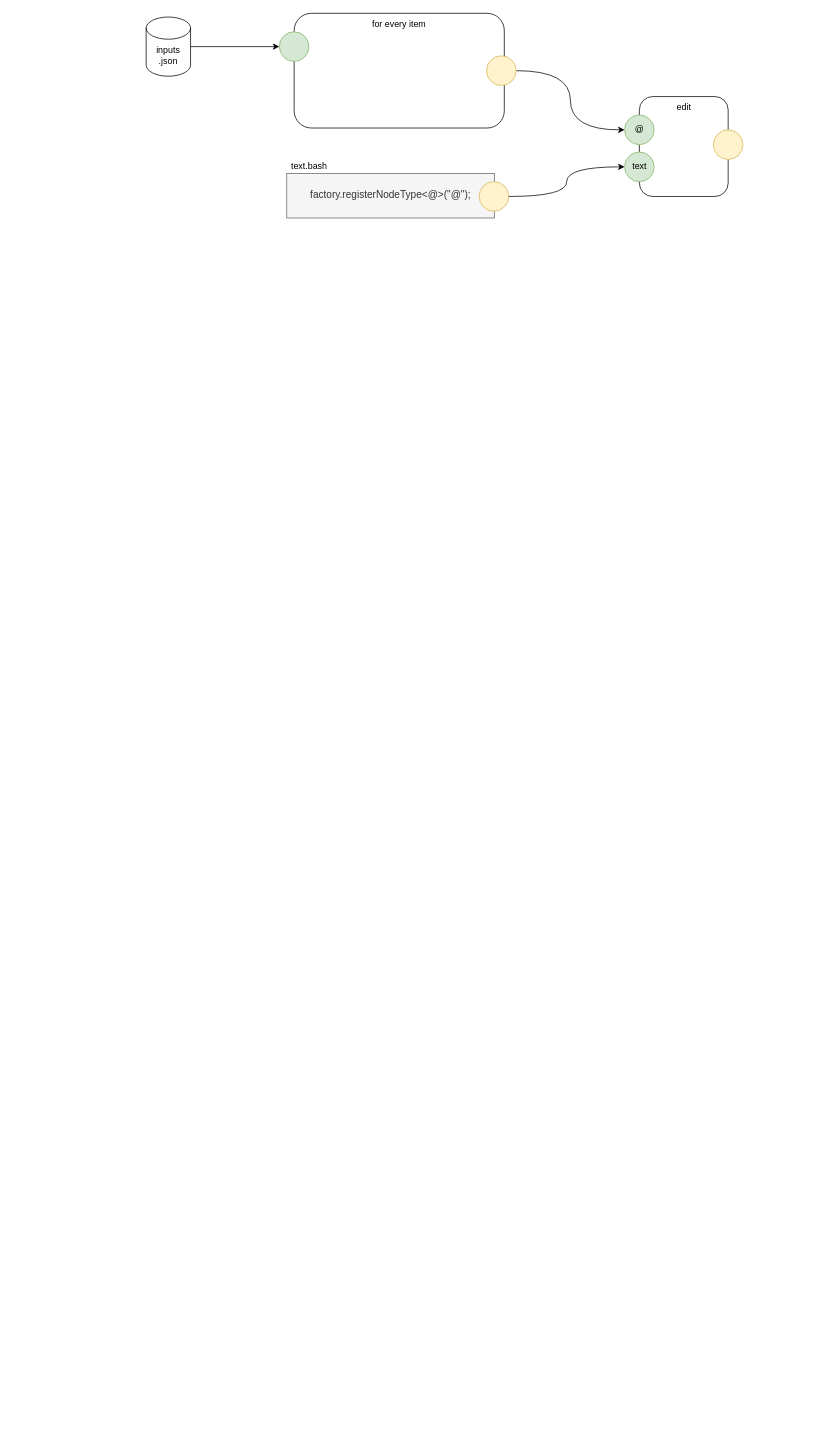
guitarvydas/behavior_tree_to_cpp keeps this draw.io diagram as play/inputs.drawio. Above is the earlier version. Source tidied: cells renumbered, new cells numbered last; positions are measured from the earlier drawing's top-left corner, leaving out a move shared by most shapes. Both pictures are drawn from the tidied source at 74%, with x=0, y=0 at pixel (146, 13).
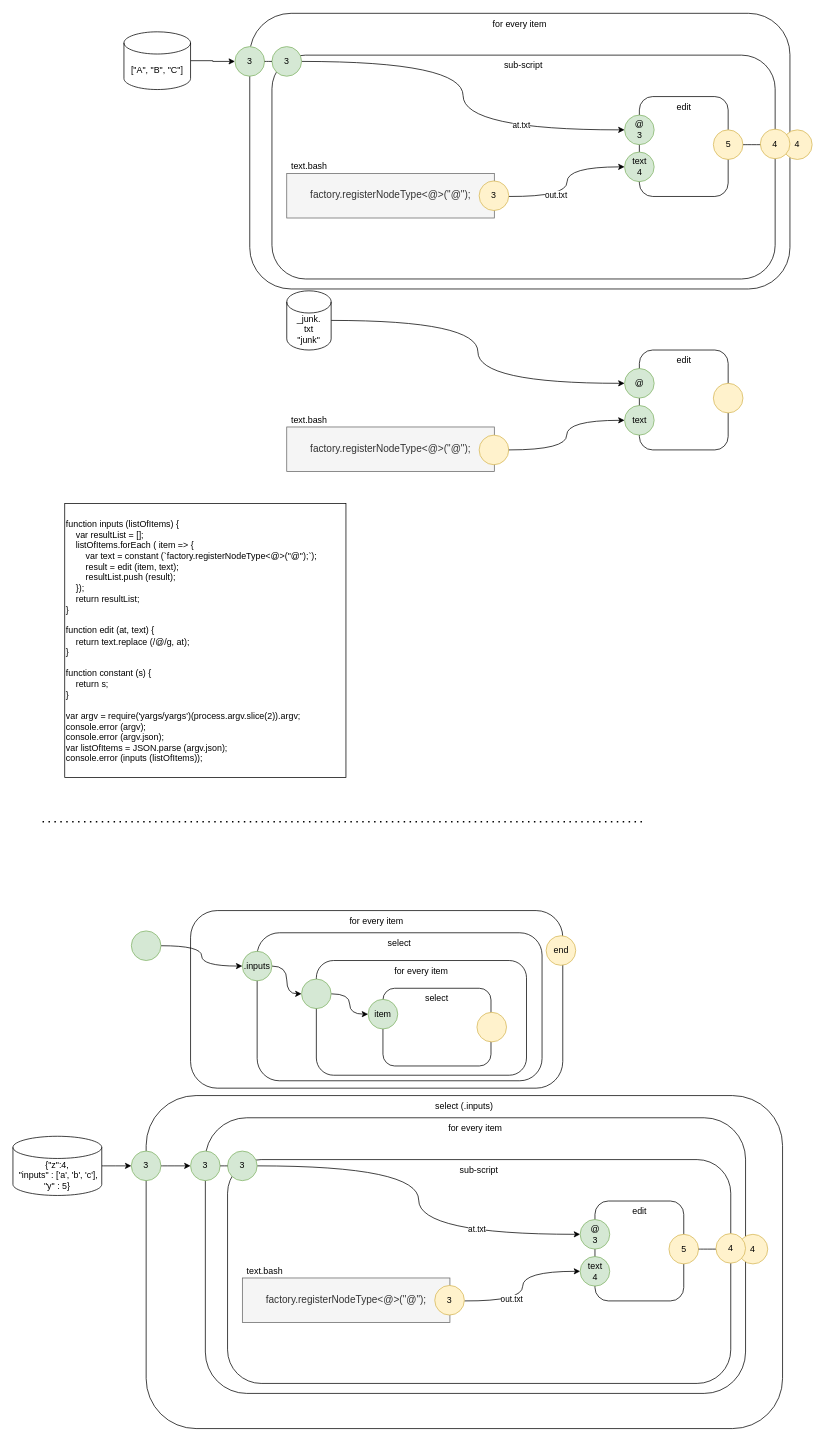
Above is the later version.

The change refers to these unchanged cells:
```xml
<mxCell id="11" style="group;" parent="1" vertex="1">
  <mxGeometry x="646.5" y="112" width="160" height="135" as="geometry" />
</mxCell>
```

Diff of the diagram source:
```diff
@@
+    <mxCell id="18" value="select (.inputs)" style="rounded=1;whiteSpace=wrap;html=1;verticalAlign=top;" parent="1" vertex="1">
+      <mxGeometry y="1462" width="860" height="450" as="geometry" />
+    </mxCell>
     <mxCell id="2" value="for every item" style="rounded=1;whiteSpace=wrap;html=1;strokeColor=#000000;align=center;verticalAlign=top;" parent="1" vertex="1">
-      <mxGeometry x="200" y="-0.5" width="284" height="155" as="geometry" />
+      <mxGeometry x="140" y="-0.5" width="730" height="372.5" as="geometry" />
     </mxCell>
+    <mxCell id="19" value="sub-script" style="rounded=1;whiteSpace=wrap;html=1;strokeColor=#000000;align=center;verticalAlign=top;" parent="1" vertex="1">
+      <mxGeometry x="170" y="56" width="680" height="302.5" as="geometry" />
+    </mxCell>
-    <mxCell id="3" style="ellipse;whiteSpace=wrap;html=1;strokeColor=#82b366;align=center;fillColor=#d5e8d4;" parent="1" vertex="1">
-      <mxGeometry x="180" y="24.5" width="40" height="40" as="geometry" />
+    <mxCell id="3" value="3" style="ellipse;whiteSpace=wrap;html=1;strokeColor=#82b366;align=center;fillColor=#d5e8d4;" parent="1" vertex="1">
+      <mxGeometry x="120" y="44.5" width="40" height="40" as="geometry" />
     </mxCell>
-    <mxCell id="4" style="edgeStyle=orthogonalEdgeStyle;jettySize=auto;html=1;exitX=1;exitY=0.5;exitDx=0;exitDy=0;entryX=0;entryY=0.5;entryDx=0;entryDy=0;curved=1;" parent="1" edge="1" source="5" target="13">
+    <mxCell id="4" style="edgeStyle=orthogonalEdgeStyle;jettySize=auto;html=1;exitX=1;exitY=0.5;exitDx=0;exitDy=0;entryX=0;entryY=0.5;entryDx=0;entryDy=0;curved=1;startArrow=none;" parent="1" edge="1" source="34" target="13">
       <mxGeometry relative="1" as="geometry" />
     </mxCell>
-    <mxCell id="5" style="ellipse;whiteSpace=wrap;html=1;strokeColor=#d6b656;align=center;fillColor=#fff2cc;" parent="1" vertex="1">
-      <mxGeometry x="460" y="57" width="40" height="40" as="geometry" />
-    </mxCell>
+    <mxCell id="20" value="at.txt" style="edgeLabel;html=1;align=center;verticalAlign=middle;" parent="4" vertex="1">
+      <mxGeometry x="0.47" y="7" relative="1" as="geometry" />
+    </mxCell>
@@
-    <mxCell id="7" value="inputs&lt;br&gt;.json" style="shape=cylinder3;whiteSpace=wrap;html=1;boundedLbl=1;backgroundOutline=1;size=15;" parent="1" vertex="1">
-      <mxGeometry y="4.5" width="60" height="80" as="geometry" />
+    <mxCell id="7" value="[&quot;A&quot;, &quot;B&quot;, &quot;C&quot;]" style="shape=cylinder3;whiteSpace=wrap;html=1;boundedLbl=1;backgroundOutline=1;size=15;" parent="1" vertex="1">
+      <mxGeometry x="-30" y="24.5" width="90" height="78" as="geometry" />
     </mxCell>
-    <mxCell id="8" style="group;" parent="1" vertex="1">
-      <mxGeometry x="170" y="216" width="320" height="60.1" as="geometry" />
-    </mxCell>
-    <mxCell id="9" value="&lt;div&gt;&lt;span style=&quot;font-size: 13.6px&quot;&gt;factory.registerNodeType&amp;lt;@&amp;gt;(&quot;@&quot;);&lt;/span&gt;&lt;/div&gt;" style="rounded=0;whiteSpace=wrap;html=1;align=center;verticalAlign=middle;fillColor=#f5f5f5;strokeColor=#666666;fontColor=#333333;" parent="8" vertex="1">
-      <mxGeometry x="20" width="280.5" height="60.1" as="geometry" />
-    </mxCell>
-    <mxCell id="10" style="ellipse;whiteSpace=wrap;html=1;strokeColor=#d6b656;align=center;fillColor=#fff2cc;" parent="8" vertex="1">
-      <mxGeometry x="280" y="11" width="40" height="40" as="geometry" />
-    </mxCell>
@@
-    <mxCell id="13" value="@" style="ellipse;whiteSpace=wrap;html=1;strokeColor=#82b366;align=center;fillColor=#d5e8d4;" parent="11" vertex="1">
+    <mxCell id="13" value="@&lt;br&gt;3" style="ellipse;whiteSpace=wrap;html=1;strokeColor=#82b366;align=center;fillColor=#d5e8d4;" parent="11" vertex="1">
       <mxGeometry y="25" width="40" height="40" as="geometry" />
     </mxCell>
-    <mxCell id="14" value="text" style="ellipse;whiteSpace=wrap;html=1;strokeColor=#82b366;align=center;fillColor=#d5e8d4;" parent="11" vertex="1">
+    <mxCell id="14" value="text&lt;br&gt;4" style="ellipse;whiteSpace=wrap;html=1;strokeColor=#82b366;align=center;fillColor=#d5e8d4;" parent="11" vertex="1">
       <mxGeometry y="75" width="40" height="40" as="geometry" />
     </mxCell>
-    <mxCell id="15" style="ellipse;whiteSpace=wrap;html=1;strokeColor=#d6b656;align=center;fillColor=#fff2cc;" parent="11" vertex="1">
+    <mxCell id="15" value="5" style="ellipse;whiteSpace=wrap;html=1;strokeColor=#d6b656;align=center;fillColor=#fff2cc;" parent="11" vertex="1">
       <mxGeometry x="120" y="45" width="40" height="40" as="geometry" />
     </mxCell>
-    <mxCell id="16" style="edgeStyle=orthogonalEdgeStyle;curved=1;jettySize=auto;html=1;exitX=1;exitY=0.5;exitDx=0;exitDy=0;entryX=0;entryY=0.5;entryDx=0;entryDy=0;" parent="1" edge="1" source="10" target="14">
-      <mxGeometry relative="1" as="geometry" />
+    <mxCell id="16" style="edgeStyle=orthogonalEdgeStyle;curved=1;jettySize=auto;html=1;exitX=1;exitY=0.5;exitDx=0;exitDy=0;entryX=0;entryY=0.5;entryDx=0;entryDy=0;" parent="1" edge="1" target="14">
+      <mxGeometry relative="1" as="geometry">
+        <mxPoint x="490" y="247" as="sourcePoint" />
+      </mxGeometry>
     </mxCell>
+    <mxCell id="21" value="out.txt" style="edgeLabel;html=1;align=center;verticalAlign=middle;" parent="16" vertex="1">
+      <mxGeometry x="-0.36" y="2" relative="1" as="geometry" />
+    </mxCell>
@@
+    <mxCell id="22" style="edgeStyle=orthogonalEdgeStyle;jettySize=auto;html=1;entryX=0;entryY=0.5;entryDx=0;entryDy=0;curved=1;" parent="1" edge="1" source="32" target="27">
+      <mxGeometry relative="1" as="geometry" />
+    </mxCell>
+    <mxCell id="23" style="group;" parent="1" vertex="1">
+      <mxGeometry x="170" y="558.5" width="320" height="60.1" as="geometry" />
+    </mxCell>
+    <mxCell id="24" value="&lt;div&gt;&lt;span style=&quot;font-size: 13.6px&quot;&gt;factory.registerNodeType&amp;lt;@&amp;gt;(&quot;@&quot;);&lt;/span&gt;&lt;/div&gt;" style="rounded=0;whiteSpace=wrap;html=1;align=center;verticalAlign=middle;fillColor=#f5f5f5;strokeColor=#666666;fontColor=#333333;" parent="23" vertex="1">
+      <mxGeometry x="20" width="280.5" height="60.1" as="geometry" />
+    </mxCell>
+    <mxCell id="10" style="ellipse;whiteSpace=wrap;html=1;strokeColor=#d6b656;align=center;fillColor=#fff2cc;" parent="23" vertex="1">
+      <mxGeometry x="280" y="11" width="40" height="40" as="geometry" />
+    </mxCell>
+    <mxCell id="25" style="group;" parent="1" vertex="1">
+      <mxGeometry x="646.5" y="454.5" width="160" height="135" as="geometry" />
+    </mxCell>
+    <mxCell id="26" value="edit" style="rounded=1;whiteSpace=wrap;html=1;strokeColor=#000000;align=center;verticalAlign=top;" parent="25" vertex="1">
+      <mxGeometry x="20" width="120" height="135" as="geometry" />
+    </mxCell>
+    <mxCell id="27" value="@" style="ellipse;whiteSpace=wrap;html=1;strokeColor=#82b366;align=center;fillColor=#d5e8d4;" parent="25" vertex="1">
+      <mxGeometry y="25" width="40" height="40" as="geometry" />
+    </mxCell>
+    <mxCell id="28" value="text" style="ellipse;whiteSpace=wrap;html=1;strokeColor=#82b366;align=center;fillColor=#d5e8d4;" parent="25" vertex="1">
+      <mxGeometry y="75" width="40" height="40" as="geometry" />
+    </mxCell>
+    <mxCell id="29" style="ellipse;whiteSpace=wrap;html=1;strokeColor=#d6b656;align=center;fillColor=#fff2cc;" parent="25" vertex="1">
+      <mxGeometry x="120" y="45" width="40" height="40" as="geometry" />
+    </mxCell>
+    <mxCell id="30" style="edgeStyle=orthogonalEdgeStyle;curved=1;jettySize=auto;html=1;exitX=1;exitY=0.5;exitDx=0;exitDy=0;entryX=0;entryY=0.5;entryDx=0;entryDy=0;" parent="1" edge="1" source="10" target="28">
+      <mxGeometry relative="1" as="geometry" />
+    </mxCell>
+    <mxCell id="31" value="text.bash" style="text;html=1;align=center;verticalAlign=middle;strokeColor=none;" parent="1" vertex="1">
+      <mxGeometry x="190" y="538.5" width="60" height="20" as="geometry" />
+    </mxCell>
+    <mxCell id="32" value="_junk.&lt;br&gt;txt&lt;br&gt;&quot;junk&quot;" style="shape=cylinder3;whiteSpace=wrap;html=1;boundedLbl=1;backgroundOutline=1;size=15;" parent="1" vertex="1">
+      <mxGeometry x="190" y="374.5" width="60" height="80" as="geometry" />
+    </mxCell>
+    <mxCell id="33" value="&lt;div&gt;&lt;div&gt;&lt;br&gt;&lt;/div&gt;&lt;div&gt;function inputs (listOfItems) {&lt;/div&gt;&lt;div&gt;&amp;nbsp; &amp;nbsp; var resultList = [];&lt;/div&gt;&lt;div&gt;&amp;nbsp; &amp;nbsp; listOfItems.forEach ( item =&amp;gt; {&lt;/div&gt;&lt;div&gt;&amp;nbsp; &amp;nbsp; &amp;nbsp; &amp;nbsp; var text = constant (`factory.registerNodeType&amp;lt;@&amp;gt;(&quot;@&quot;);`);&lt;/div&gt;&lt;div&gt;&amp;nbsp; &amp;nbsp; &amp;nbsp; &amp;nbsp; result = edit (item, text);&lt;/div&gt;&lt;div&gt;&amp;nbsp; &amp;nbsp; &amp;nbsp; &amp;nbsp; resultList.push (result);&lt;/div&gt;&lt;div&gt;&amp;nbsp; &amp;nbsp; });&lt;/div&gt;&lt;div&gt;&amp;nbsp; &amp;nbsp; return resultList;&lt;/div&gt;&lt;div&gt;}&lt;/div&gt;&lt;div&gt;&lt;br&gt;&lt;/div&gt;&lt;div&gt;function edit (at, text) {&lt;/div&gt;&lt;div&gt;&amp;nbsp; &amp;nbsp; return text.replace (/@/g, at);&lt;/div&gt;&lt;div&gt;}&lt;/div&gt;&lt;div&gt;&lt;br&gt;&lt;/div&gt;&lt;div&gt;function constant (s) {&lt;/div&gt;&lt;div&gt;&amp;nbsp; &amp;nbsp; return s;&lt;/div&gt;&lt;div&gt;}&lt;/div&gt;&lt;div&gt;&lt;br&gt;&lt;/div&gt;&lt;div&gt;var argv = require('yargs/yargs')(process.argv.slice(2)).argv;&lt;/div&gt;&lt;div&gt;console.error (argv);&lt;/div&gt;&lt;div&gt;console.error (argv.json);&lt;/div&gt;&lt;div&gt;var listOfItems = JSON.parse (argv.json);&lt;/div&gt;&lt;div&gt;console.error (inputs (listOfItems));&lt;/div&gt;&lt;/div&gt;&lt;div&gt;&lt;br&gt;&lt;/div&gt;" style="rounded=0;whiteSpace=wrap;html=1;align=left;verticalAlign=top;" parent="1" vertex="1">
+      <mxGeometry x="-110" y="662" width="380" height="370" as="geometry" />
+    </mxCell>
+    <mxCell id="34" value="3" style="ellipse;whiteSpace=wrap;html=1;strokeColor=#82b366;align=center;fillColor=#d5e8d4;" parent="1" vertex="1">
+      <mxGeometry x="170" y="44.5" width="40" height="40" as="geometry" />
+    </mxCell>
+    <mxCell id="35" style="edgeStyle=orthogonalEdgeStyle;jettySize=auto;html=1;exitX=1;exitY=0.5;exitDx=0;exitDy=0;entryX=0;entryY=0.5;entryDx=0;entryDy=0;curved=1;endArrow=none;" parent="1" edge="1" source="3" target="34">
+      <mxGeometry relative="1" as="geometry" />
+    </mxCell>
+    <mxCell id="36" value="4" style="ellipse;whiteSpace=wrap;html=1;strokeColor=#d6b656;align=center;fillColor=#fff2cc;" parent="1" vertex="1">
+      <mxGeometry x="860" y="157" width="40" height="40" as="geometry" />
+    </mxCell>
+    <mxCell id="37" style="edgeStyle=orthogonalEdgeStyle;curved=1;jettySize=auto;html=1;exitX=1;exitY=0.5;exitDx=0;exitDy=0;entryX=0;entryY=0.5;entryDx=0;entryDy=0;" parent="1" edge="1" source="15" target="36">
+      <mxGeometry relative="1" as="geometry" />
+    </mxCell>
+    <mxCell id="9" value="&lt;div&gt;&lt;span style=&quot;font-size: 13.6px&quot;&gt;factory.registerNodeType&amp;lt;@&amp;gt;(&quot;@&quot;);&lt;/span&gt;&lt;/div&gt;" style="rounded=0;whiteSpace=wrap;html=1;align=center;verticalAlign=middle;fillColor=#f5f5f5;strokeColor=#666666;fontColor=#333333;" parent="1" vertex="1">
+      <mxGeometry x="190" y="216" width="280.5" height="60.1" as="geometry" />
+    </mxCell>
+    <mxCell id="38" value="3" style="ellipse;whiteSpace=wrap;html=1;strokeColor=#d6b656;align=center;fillColor=#fff2cc;" parent="1" vertex="1">
+      <mxGeometry x="450" y="226" width="40" height="40" as="geometry" />
+    </mxCell>
+    <mxCell id="39" value="4" style="ellipse;whiteSpace=wrap;html=1;strokeColor=#d6b656;align=center;fillColor=#fff2cc;" parent="1" vertex="1">
+      <mxGeometry x="830" y="156" width="40" height="40" as="geometry" />
+    </mxCell>
+    <mxCell id="40" value="for every item" style="rounded=1;whiteSpace=wrap;html=1;strokeColor=#000000;align=center;verticalAlign=top;" parent="1" vertex="1">
+      <mxGeometry x="60" y="1212" width="503" height="240" as="geometry" />
+    </mxCell>
+    <mxCell id="41" value="select" style="rounded=1;whiteSpace=wrap;html=1;strokeColor=#000000;align=center;verticalAlign=top;" parent="1" vertex="1">
+      <mxGeometry x="150" y="1242" width="385" height="200" as="geometry" />
+    </mxCell>
+    <mxCell id="42" style="edgeStyle=orthogonalEdgeStyle;curved=1;jettySize=auto;html=1;exitX=1;exitY=0.5;exitDx=0;exitDy=0;entryX=0;entryY=0.5;entryDx=0;entryDy=0;" parent="1" edge="1" source="43" target="50">
+      <mxGeometry relative="1" as="geometry" />
+    </mxCell>
+    <mxCell id="43" value=".inputs" style="ellipse;whiteSpace=wrap;html=1;strokeColor=#82b366;align=center;fillColor=#d5e8d4;" parent="1" vertex="1">
+      <mxGeometry x="130" y="1267" width="40" height="40" as="geometry" />
+    </mxCell>
+    <mxCell id="44" style="edgeStyle=orthogonalEdgeStyle;jettySize=auto;html=1;exitX=1;exitY=0.5;exitDx=0;exitDy=0;entryX=0;entryY=0.5;entryDx=0;entryDy=0;curved=1;" parent="1" edge="1" source="45" target="43">
+      <mxGeometry relative="1" as="geometry" />
+    </mxCell>
+    <mxCell id="45" style="ellipse;whiteSpace=wrap;html=1;strokeColor=#82b366;align=center;fillColor=#d5e8d4;" parent="1" vertex="1">
+      <mxGeometry x="-20" y="1239.5" width="40" height="40" as="geometry" />
+    </mxCell>
+    <mxCell id="46" value="for every item" style="rounded=1;whiteSpace=wrap;html=1;strokeColor=#000000;align=center;verticalAlign=top;" parent="1" vertex="1">
+      <mxGeometry x="230" y="1279.5" width="284" height="155" as="geometry" />
+    </mxCell>
+    <mxCell id="47" value="select" style="rounded=1;whiteSpace=wrap;html=1;strokeColor=#000000;align=center;verticalAlign=top;" parent="1" vertex="1">
+      <mxGeometry x="320" y="1317" width="146" height="105" as="geometry" />
+    </mxCell>
+    <mxCell id="48" value="item" style="ellipse;whiteSpace=wrap;html=1;strokeColor=#82b366;align=center;fillColor=#d5e8d4;" parent="1" vertex="1">
+      <mxGeometry x="300" y="1332" width="40" height="40" as="geometry" />
+    </mxCell>
+    <mxCell id="49" style="edgeStyle=orthogonalEdgeStyle;curved=1;jettySize=auto;html=1;exitX=1;exitY=0.5;exitDx=0;exitDy=0;entryX=0;entryY=0.5;entryDx=0;entryDy=0;" parent="1" edge="1" source="50" target="48">
+      <mxGeometry relative="1" as="geometry" />
+    </mxCell>
+    <mxCell id="50" style="ellipse;whiteSpace=wrap;html=1;strokeColor=#82b366;align=center;fillColor=#d5e8d4;" parent="1" vertex="1">
+      <mxGeometry x="210" y="1304.5" width="40" height="40" as="geometry" />
+    </mxCell>
+    <mxCell id="51" style="ellipse;whiteSpace=wrap;html=1;strokeColor=#d6b656;align=center;fillColor=#fff2cc;" parent="1" vertex="1">
+      <mxGeometry x="447" y="1349.5" width="40" height="40" as="geometry" />
+    </mxCell>
+    <mxCell id="52" value="end" style="ellipse;whiteSpace=wrap;html=1;strokeColor=#d6b656;align=center;fillColor=#fff2cc;" parent="1" vertex="1">
+      <mxGeometry x="540.5" y="1246" width="40" height="40" as="geometry" />
+    </mxCell>
+    <mxCell id="53" style="endArrow=none;dashed=1;html=1;dashPattern=1 3;strokeWidth=2;" parent="1" edge="1">
+      <mxGeometry relative="1" as="geometry">
+        <mxPoint x="-140" y="1092" as="sourcePoint" />
+        <mxPoint x="670" y="1092" as="targetPoint" />
+      </mxGeometry>
+    </mxCell>
+    <mxCell id="54" value="for every item" style="rounded=1;whiteSpace=wrap;html=1;strokeColor=#000000;align=center;verticalAlign=top;" parent="1" vertex="1">
+      <mxGeometry x="80" y="1492" width="730" height="372.5" as="geometry" />
+    </mxCell>
+    <mxCell id="55" value="sub-script" style="rounded=1;whiteSpace=wrap;html=1;strokeColor=#000000;align=center;verticalAlign=top;" parent="1" vertex="1">
+      <mxGeometry x="110" y="1548.5" width="680" height="302.5" as="geometry" />
+    </mxCell>
+    <mxCell id="56" value="3" style="ellipse;whiteSpace=wrap;html=1;strokeColor=#82b366;align=center;fillColor=#d5e8d4;" parent="1" vertex="1">
+      <mxGeometry x="60" y="1537" width="40" height="40" as="geometry" />
+    </mxCell>
+    <mxCell id="57" style="edgeStyle=orthogonalEdgeStyle;jettySize=auto;html=1;exitX=1;exitY=0.5;exitDx=0;exitDy=0;entryX=0;entryY=0.5;entryDx=0;entryDy=0;curved=1;startArrow=none;" parent="1" edge="1" source="67" target="61">
+      <mxGeometry relative="1" as="geometry" />
+    </mxCell>
+    <mxCell id="58" value="at.txt" style="edgeLabel;html=1;align=center;verticalAlign=middle;" parent="57" vertex="1">
+      <mxGeometry x="0.47" y="7" relative="1" as="geometry" />
+    </mxCell>
+    <mxCell id="59" style="group;" parent="1" vertex="1">
+      <mxGeometry x="586.5" y="1604.5" width="160" height="135" as="geometry" />
+    </mxCell>
+    <mxCell id="60" value="edit" style="rounded=1;whiteSpace=wrap;html=1;strokeColor=#000000;align=center;verticalAlign=top;" parent="59" vertex="1">
+      <mxGeometry x="20" width="120" height="135" as="geometry" />
+    </mxCell>
+    <mxCell id="61" value="@&lt;br&gt;3" style="ellipse;whiteSpace=wrap;html=1;strokeColor=#82b366;align=center;fillColor=#d5e8d4;" parent="59" vertex="1">
+      <mxGeometry y="25" width="40" height="40" as="geometry" />
+    </mxCell>
+    <mxCell id="62" value="text&lt;br&gt;4" style="ellipse;whiteSpace=wrap;html=1;strokeColor=#82b366;align=center;fillColor=#d5e8d4;" parent="59" vertex="1">
+      <mxGeometry y="75" width="40" height="40" as="geometry" />
+    </mxCell>
+    <mxCell id="63" value="5" style="ellipse;whiteSpace=wrap;html=1;strokeColor=#d6b656;align=center;fillColor=#fff2cc;" parent="59" vertex="1">
+      <mxGeometry x="120" y="45" width="40" height="40" as="geometry" />
+    </mxCell>
+    <mxCell id="64" style="edgeStyle=orthogonalEdgeStyle;curved=1;jettySize=auto;html=1;exitX=1;exitY=0.5;exitDx=0;exitDy=0;entryX=0;entryY=0.5;entryDx=0;entryDy=0;" parent="1" edge="1" target="62">
+      <mxGeometry relative="1" as="geometry">
+        <mxPoint x="430" y="1739.5" as="sourcePoint" />
+      </mxGeometry>
+    </mxCell>
+    <mxCell id="65" value="out.txt" style="edgeLabel;html=1;align=center;verticalAlign=middle;" parent="64" vertex="1">
+      <mxGeometry x="-0.36" y="2" relative="1" as="geometry" />
+    </mxCell>
+    <mxCell id="66" value="text.bash" style="text;html=1;align=center;verticalAlign=middle;strokeColor=none;" parent="1" vertex="1">
+      <mxGeometry x="130" y="1688.5" width="60" height="20" as="geometry" />
+    </mxCell>
+    <mxCell id="67" value="3" style="ellipse;whiteSpace=wrap;html=1;strokeColor=#82b366;align=center;fillColor=#d5e8d4;" parent="1" vertex="1">
+      <mxGeometry x="110" y="1537" width="40" height="40" as="geometry" />
+    </mxCell>
+    <mxCell id="68" style="edgeStyle=orthogonalEdgeStyle;jettySize=auto;html=1;exitX=1;exitY=0.5;exitDx=0;exitDy=0;entryX=0;entryY=0.5;entryDx=0;entryDy=0;curved=1;endArrow=none;" parent="1" edge="1" source="56" target="67">
+      <mxGeometry relative="1" as="geometry" />
+    </mxCell>
+    <mxCell id="69" value="4" style="ellipse;whiteSpace=wrap;html=1;strokeColor=#d6b656;align=center;fillColor=#fff2cc;" parent="1" vertex="1">
+      <mxGeometry x="800" y="1649.5" width="40" height="40" as="geometry" />
+    </mxCell>
+    <mxCell id="70" style="edgeStyle=orthogonalEdgeStyle;curved=1;jettySize=auto;html=1;exitX=1;exitY=0.5;exitDx=0;exitDy=0;entryX=0;entryY=0.5;entryDx=0;entryDy=0;" parent="1" edge="1" source="63" target="69">
+      <mxGeometry relative="1" as="geometry" />
+    </mxCell>
+    <mxCell id="71" value="&lt;div&gt;&lt;span style=&quot;font-size: 13.6px&quot;&gt;factory.registerNodeType&amp;lt;@&amp;gt;(&quot;@&quot;);&lt;/span&gt;&lt;/div&gt;" style="rounded=0;whiteSpace=wrap;html=1;align=center;verticalAlign=middle;fillColor=#f5f5f5;strokeColor=#666666;fontColor=#333333;" parent="1" vertex="1">
+      <mxGeometry x="130" y="1708.5" width="280.5" height="60.1" as="geometry" />
+    </mxCell>
+    <mxCell id="72" value="3" style="ellipse;whiteSpace=wrap;html=1;strokeColor=#d6b656;align=center;fillColor=#fff2cc;" parent="1" vertex="1">
+      <mxGeometry x="390" y="1718.6" width="40" height="40" as="geometry" />
+    </mxCell>
+    <mxCell id="73" value="4" style="ellipse;whiteSpace=wrap;html=1;strokeColor=#d6b656;align=center;fillColor=#fff2cc;" parent="1" vertex="1">
+      <mxGeometry x="770" y="1648.5" width="40" height="40" as="geometry" />
+    </mxCell>
+    <mxCell id="74" style="edgeStyle=orthogonalEdgeStyle;curved=1;jettySize=auto;html=1;exitX=1;exitY=0.5;exitDx=0;exitDy=0;entryX=0;entryY=0.5;entryDx=0;entryDy=0;" parent="1" edge="1" source="75" target="56">
+      <mxGeometry relative="1" as="geometry" />
+    </mxCell>
+    <mxCell id="75" value="3" style="ellipse;whiteSpace=wrap;html=1;strokeColor=#82b366;align=center;fillColor=#d5e8d4;" parent="1" vertex="1">
+      <mxGeometry x="-20" y="1537" width="40" height="40" as="geometry" />
+    </mxCell>
+    <mxCell id="76" style="edgeStyle=orthogonalEdgeStyle;curved=1;jettySize=auto;html=1;entryX=0;entryY=0.5;entryDx=0;entryDy=0;" parent="1" edge="1" source="77" target="75">
+      <mxGeometry relative="1" as="geometry" />
+    </mxCell>
+    <mxCell id="77" value="{&quot;z&quot;:4,&lt;br&gt;&amp;nbsp;&quot;inputs&quot; : ['a', 'b', 'c'],&lt;br&gt;&quot;y&quot; : 5}" style="shape=cylinder3;whiteSpace=wrap;html=1;boundedLbl=1;backgroundOutline=1;size=15;" parent="1" vertex="1">
+      <mxGeometry x="-180" y="1517" width="120" height="80" as="geometry" />
+    </mxCell>
```
